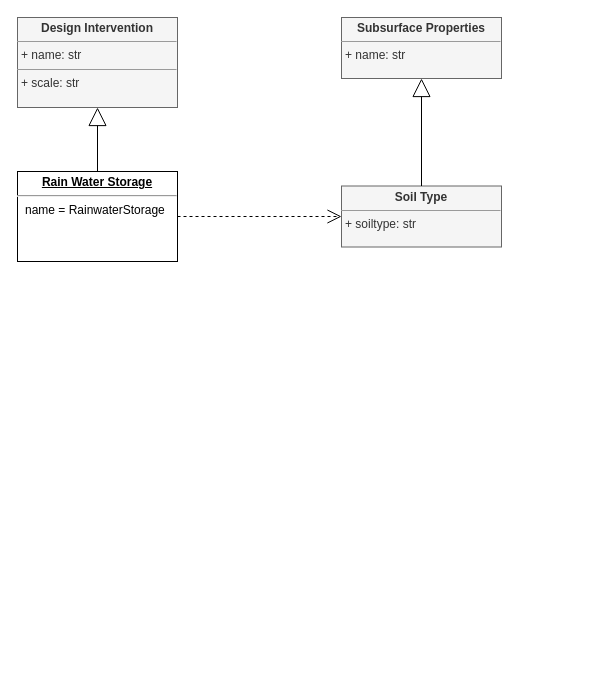
Earlier version of the draw.io diagram CG.drawio (malukawasaki/BentoGenerator). Source tidied: cells renumbered, new cells numbered last; positions are measured from the earlier drawing's top-left corner, leaving out a move shared by most shapes. Both pictures are drawn from the tidied source at 100%, with x=0, y=0 at pixel (17, 17).
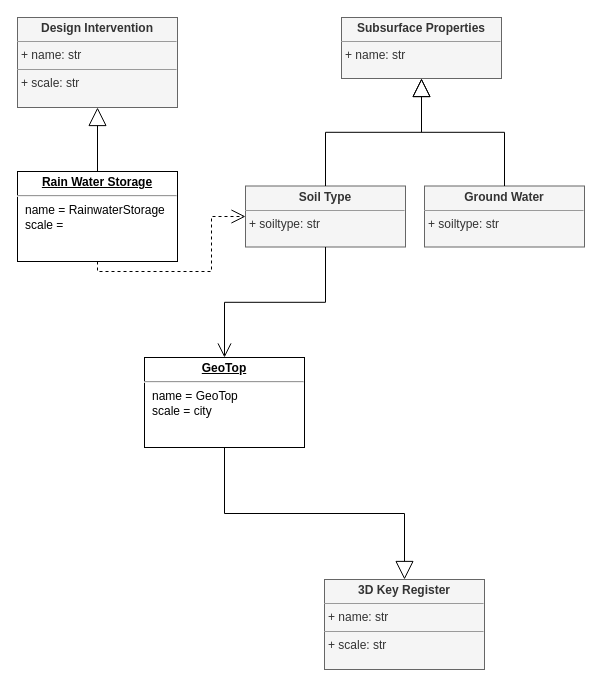
The same page after the edit.

What changed in the source:
```diff
@@
 <mxGraphModel>
   <root>
     <mxCell id="0" />
     <mxCell id="1" parent="0" />
-    <mxCell id="2" value="&lt;p style=&quot;margin:0px;margin-top:4px;text-align:center;text-decoration:underline;&quot;&gt;&lt;b&gt;Rain Water Storage&lt;/b&gt;&lt;/p&gt;&lt;hr&gt;&lt;p style=&quot;margin:0px;margin-left:8px;&quot;&gt;name = RainwaterStorage&lt;br&gt;&lt;/p&gt;" style="verticalAlign=top;align=left;overflow=fill;fontSize=12;fontFamily=Helvetica;html=1;whiteSpace=wrap;" parent="1" vertex="1">
+    <mxCell id="2" value="&lt;p style=&quot;margin:0px;margin-top:4px;text-align:center;text-decoration:underline;&quot;&gt;&lt;b&gt;Rain Water Storage&lt;/b&gt;&lt;/p&gt;&lt;hr&gt;&lt;p style=&quot;margin:0px;margin-left:8px;&quot;&gt;name = RainwaterStorage&lt;br&gt;&lt;/p&gt;&lt;p style=&quot;margin:0px;margin-left:8px;&quot;&gt;scale =&amp;nbsp;&lt;/p&gt;" style="verticalAlign=top;align=left;overflow=fill;fontSize=12;fontFamily=Helvetica;html=1;whiteSpace=wrap;" parent="1" vertex="1">
       <mxGeometry y="154" width="160" height="90" as="geometry" />
     </mxCell>
     <mxCell id="3" value="&lt;p style=&quot;margin:0px;margin-top:4px;text-align:center;&quot;&gt;&lt;b&gt;Design Intervention&lt;/b&gt;&lt;/p&gt;&lt;hr size=&quot;1&quot;&gt;&lt;p style=&quot;margin:0px;margin-left:4px;&quot;&gt;+ name: str&lt;/p&gt;&lt;hr size=&quot;1&quot;&gt;&lt;p style=&quot;margin:0px;margin-left:4px;&quot;&gt;+ scale: str&lt;/p&gt;" style="verticalAlign=top;align=left;overflow=fill;fontSize=12;fontFamily=Helvetica;html=1;whiteSpace=wrap;fillColor=#f5f5f5;strokeColor=#666666;fontColor=#333333;" parent="1" vertex="1">
       <mxGeometry width="160" height="90" as="geometry" />
     </mxCell>
     <mxCell id="4" value="&lt;p style=&quot;margin:0px;margin-top:4px;text-align:center;&quot;&gt;&lt;b&gt;Subsurface Properties&lt;/b&gt;&lt;/p&gt;&lt;hr size=&quot;1&quot;&gt;&lt;p style=&quot;margin:0px;margin-left:4px;&quot;&gt;+ name: str&lt;/p&gt;" style="verticalAlign=top;align=left;overflow=fill;fontSize=12;fontFamily=Helvetica;html=1;whiteSpace=wrap;fillColor=#f5f5f5;strokeColor=#666666;fontColor=#333333;" parent="1" vertex="1">
       <mxGeometry x="324" width="160" height="61" as="geometry" />
     </mxCell>
     <mxCell id="5" value="&lt;p style=&quot;margin:0px;margin-top:4px;text-align:center;&quot;&gt;&lt;b&gt;Soil Type&lt;/b&gt;&lt;/p&gt;&lt;hr size=&quot;1&quot;&gt;&lt;p style=&quot;margin:0px;margin-left:4px;&quot;&gt;+ soiltype: str&lt;/p&gt;" style="verticalAlign=top;align=left;overflow=fill;fontSize=12;fontFamily=Helvetica;html=1;whiteSpace=wrap;fillColor=#f5f5f5;strokeColor=#666666;fontColor=#333333;" parent="1" vertex="1">
-      <mxGeometry x="324" y="168.5" width="160" height="61" as="geometry" />
+      <mxGeometry x="228" y="168.5" width="160" height="61" as="geometry" />
     </mxCell>
-    <mxCell id="6" style="endArrow=open;endSize=12;dashed=1;html=1;rounded=0;exitX=1;exitY=0.5;exitDx=0;exitDy=0;entryX=0;entryY=0.5;entryDx=0;entryDy=0;" parent="1" edge="1" source="2" target="5">
+    <mxCell id="6" style="endArrow=open;endSize=12;dashed=1;html=1;rounded=0;exitX=0.5;exitY=1;exitDx=0;exitDy=0;entryX=0;entryY=0.5;entryDx=0;entryDy=0;edgeStyle=orthogonalEdgeStyle;" parent="1" edge="1" source="2" target="5">
       <mxGeometry relative="1" as="geometry" />
     </mxCell>
     <mxCell id="7" style="endArrow=block;endSize=16;endFill=0;html=1;rounded=0;exitX=0.5;exitY=0;exitDx=0;exitDy=0;entryX=0.5;entryY=1;entryDx=0;entryDy=0;" parent="1" edge="1" source="2" target="3">
       <mxGeometry relative="1" as="geometry" />
     </mxCell>
-    <mxCell id="8" style="endArrow=block;endSize=16;endFill=0;html=1;rounded=0;exitX=0.5;exitY=0;exitDx=0;exitDy=0;entryX=0.5;entryY=1;entryDx=0;entryDy=0;" parent="1" edge="1" source="5" target="4">
+    <mxCell id="8" style="endArrow=block;endSize=16;endFill=0;html=1;rounded=0;exitX=0.5;exitY=0;exitDx=0;exitDy=0;entryX=0.5;entryY=1;entryDx=0;entryDy=0;edgeStyle=orthogonalEdgeStyle;" parent="1" edge="1" source="5" target="4">
       <mxGeometry relative="1" as="geometry" />
     </mxCell>
+    <mxCell id="9" value="&lt;p style=&quot;margin:0px;margin-top:4px;text-align:center;&quot;&gt;&lt;b&gt;Ground Water&lt;/b&gt;&lt;/p&gt;&lt;hr size=&quot;1&quot;&gt;&lt;p style=&quot;margin:0px;margin-left:4px;&quot;&gt;+ soiltype: str&lt;/p&gt;" style="verticalAlign=top;align=left;overflow=fill;fontSize=12;fontFamily=Helvetica;html=1;whiteSpace=wrap;fillColor=#f5f5f5;strokeColor=#666666;fontColor=#333333;" parent="1" vertex="1">
+      <mxGeometry x="407" y="168.5" width="160" height="61" as="geometry" />
+    </mxCell>
+    <mxCell id="10" style="endArrow=block;endSize=16;endFill=0;html=1;rounded=0;exitX=0.5;exitY=0;exitDx=0;exitDy=0;edgeStyle=orthogonalEdgeStyle;entryX=0.5;entryY=1;entryDx=0;entryDy=0;" parent="1" edge="1" source="9" target="4">
+      <mxGeometry relative="1" as="geometry" />
+    </mxCell>
+    <mxCell id="11" value="&lt;p style=&quot;margin:0px;margin-top:4px;text-align:center;&quot;&gt;&lt;b&gt;3D Key Register&lt;/b&gt;&lt;/p&gt;&lt;hr size=&quot;1&quot;&gt;&lt;p style=&quot;margin:0px;margin-left:4px;&quot;&gt;+ name: str&lt;/p&gt;&lt;hr size=&quot;1&quot;&gt;&lt;p style=&quot;margin:0px;margin-left:4px;&quot;&gt;+ scale: str&lt;/p&gt;" style="verticalAlign=top;align=left;overflow=fill;fontSize=12;fontFamily=Helvetica;html=1;whiteSpace=wrap;fillColor=#f5f5f5;strokeColor=#666666;fontColor=#333333;" parent="1" vertex="1">
+      <mxGeometry x="307" y="562" width="160" height="90" as="geometry" />
+    </mxCell>
+    <mxCell id="12" value="&lt;p style=&quot;margin:0px;margin-top:4px;text-align:center;text-decoration:underline;&quot;&gt;&lt;b&gt;GeoTop&lt;/b&gt;&lt;/p&gt;&lt;hr&gt;&lt;p style=&quot;margin:0px;margin-left:8px;&quot;&gt;name = GeoTop&lt;br&gt;&lt;/p&gt;&lt;p style=&quot;margin:0px;margin-left:8px;&quot;&gt;scale = city&lt;/p&gt;" style="verticalAlign=top;align=left;overflow=fill;fontSize=12;fontFamily=Helvetica;html=1;whiteSpace=wrap;" parent="1" vertex="1">
+      <mxGeometry x="127" y="340" width="160" height="90" as="geometry" />
+    </mxCell>
+    <mxCell id="13" style="endArrow=open;endFill=1;endSize=12;html=1;rounded=0;exitX=0.5;exitY=1;exitDx=0;exitDy=0;entryX=0.5;entryY=0;entryDx=0;entryDy=0;edgeStyle=orthogonalEdgeStyle;" parent="1" edge="1" source="5" target="12">
+      <mxGeometry relative="1" as="geometry" />
+    </mxCell>
+    <mxCell id="14" style="endArrow=block;endSize=16;endFill=0;html=1;rounded=0;exitX=0.5;exitY=1;exitDx=0;exitDy=0;entryX=0.5;entryY=0;entryDx=0;entryDy=0;edgeStyle=orthogonalEdgeStyle;" parent="1" edge="1" source="12" target="11">
+      <mxGeometry relative="1" as="geometry" />
+    </mxCell>
   </root>
 </mxGraphModel>
```
